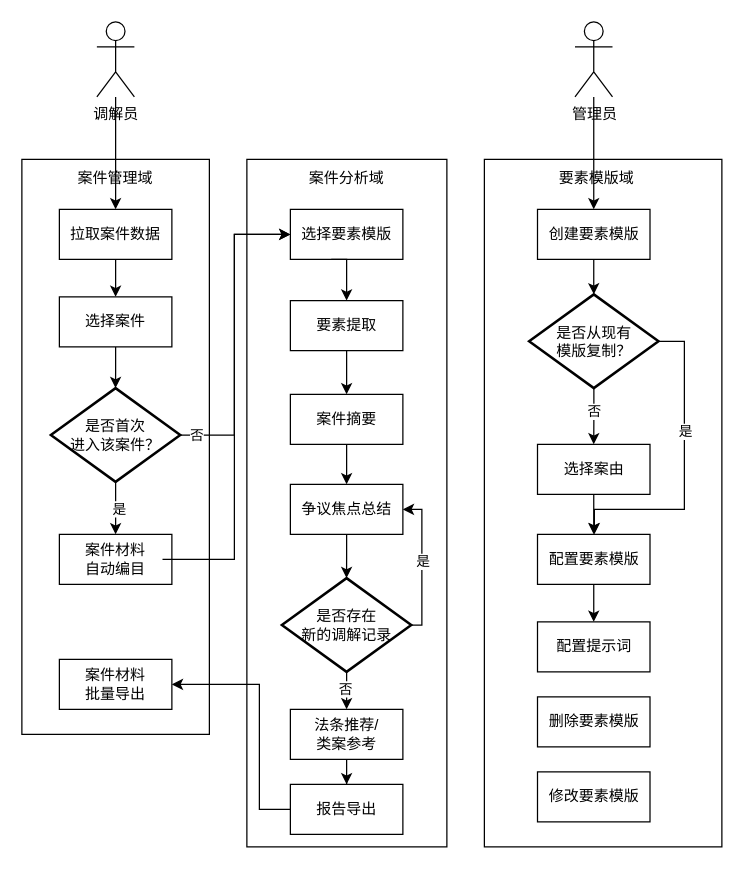
Before: 系统过程视图.drawio in Lainy0605/graduate, a draw.io diagram. Source tidied: cells renumbered, new cells numbered last; positions are measured from the earlier drawing's top-left corner, leaving out a move shared by most shapes. Both pictures are drawn from the tidied source at 125%, with x=0, y=0 at pixel (21, 21).
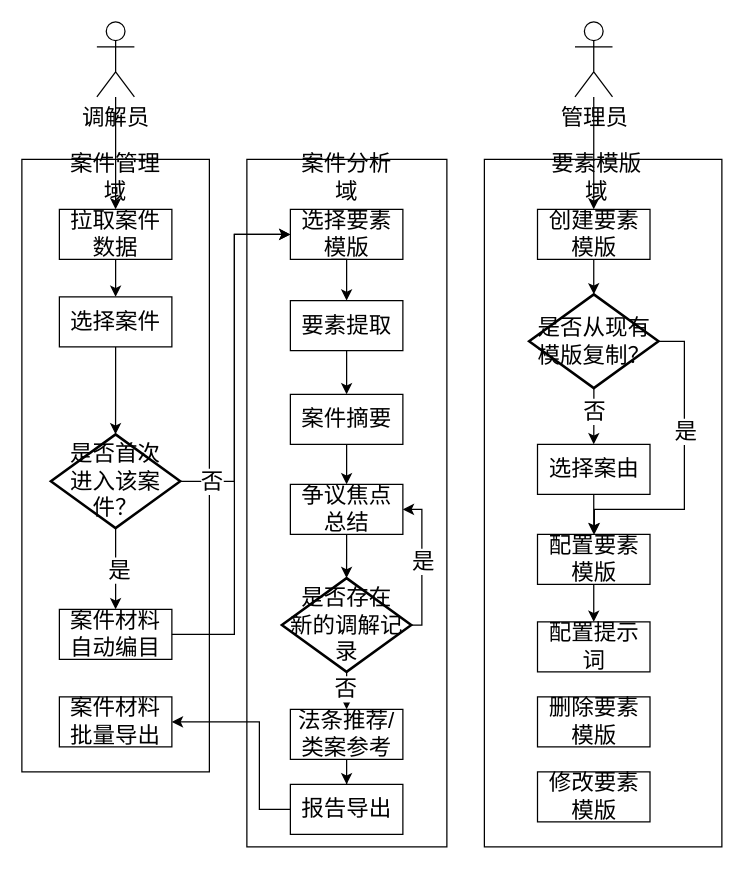
Above is the later version.

Commit message:
更新系统过程视图.drawio

Change to the diagram source:
```diff
@@
-    <mxCell id="2" value="调解员" style="shape=umlActor;verticalLabelPosition=bottom;verticalAlign=top;html=1;outlineConnect=0;" parent="1" vertex="1">
+    <mxCell id="2" value="&lt;font style=&quot;font-size: 18px;&quot;&gt;调解员&lt;/font&gt;" style="shape=umlActor;verticalLabelPosition=bottom;verticalAlign=top;html=1;outlineConnect=0;" parent="1" vertex="1">
       <mxGeometry x="60" width="30" height="60" as="geometry" />
     </mxCell>
-    <mxCell id="3" value="管理员" style="shape=umlActor;verticalLabelPosition=bottom;verticalAlign=top;html=1;outlineConnect=0;" parent="1" vertex="1">
+    <mxCell id="3" value="&lt;font style=&quot;font-size: 18px;&quot;&gt;管理员&lt;/font&gt;" style="shape=umlActor;verticalLabelPosition=bottom;verticalAlign=top;html=1;outlineConnect=0;" parent="1" vertex="1">
       <mxGeometry x="442.5" width="30" height="60" as="geometry" />
     </mxCell>
-    <mxCell id="4" style="rounded=0;whiteSpace=wrap;html=1;" parent="1" vertex="1">
-      <mxGeometry y="110" width="150" height="460" as="geometry" />
+    <mxCell id="4" style="rounded=0;whiteSpace=wrap;html=1;fontSize=18;" parent="1" vertex="1">
+      <mxGeometry y="110" width="150" height="490" as="geometry" />
     </mxCell>
-    <mxCell id="5" style="edgeStyle=orthogonalEdgeStyle;rounded=0;jettySize=auto;html=1;" parent="1" edge="1" source="6" target="7">
+    <mxCell id="5" style="edgeStyle=orthogonalEdgeStyle;rounded=0;jettySize=auto;html=1;fontSize=18;" parent="1" edge="1" source="6" target="7">
       <mxGeometry relative="1" as="geometry" />
     </mxCell>
-    <mxCell id="6" value="拉取案件数据" style="rounded=0;whiteSpace=wrap;html=1;" parent="1" vertex="1">
+    <mxCell id="6" value="拉取案件数据" style="rounded=0;whiteSpace=wrap;html=1;fontSize=18;" parent="1" vertex="1">
       <mxGeometry x="30" y="150" width="90" height="40" as="geometry" />
     </mxCell>
-    <mxCell id="7" value="选择案件" style="rounded=0;whiteSpace=wrap;html=1;" parent="1" vertex="1">
+    <mxCell id="7" value="选择案件" style="rounded=0;whiteSpace=wrap;html=1;fontSize=18;" parent="1" vertex="1">
       <mxGeometry x="30" y="220" width="90" height="40" as="geometry" />
     </mxCell>
-    <mxCell id="8" value="案件材料&lt;div&gt;自动编目&lt;/div&gt;" style="rounded=0;whiteSpace=wrap;html=1;" parent="1" vertex="1">
-      <mxGeometry x="30" y="410" width="90" height="40" as="geometry" />
+    <mxCell id="8" value="案件材料&lt;div&gt;自动编目&lt;/div&gt;" style="rounded=0;whiteSpace=wrap;html=1;fontSize=18;" parent="1" vertex="1">
+      <mxGeometry x="30" y="470" width="90" height="40" as="geometry" />
     </mxCell>
-    <mxCell id="9" style="edgeStyle=orthogonalEdgeStyle;rounded=0;jettySize=auto;html=1;entryX=0.5;entryY=0;entryDx=0;entryDy=0;" parent="1" edge="1" source="11" target="8">
+    <mxCell id="9" style="edgeStyle=orthogonalEdgeStyle;rounded=0;jettySize=auto;html=1;entryX=0.5;entryY=0;entryDx=0;entryDy=0;fontSize=18;" parent="1" edge="1" source="11" target="8">
       <mxGeometry relative="1" as="geometry" />
     </mxCell>
-    <mxCell id="10" value="是" style="edgeLabel;html=1;align=center;verticalAlign=middle;" parent="9" vertex="1">
+    <mxCell id="10" value="是" style="edgeLabel;html=1;align=center;verticalAlign=middle;fontSize=18;" parent="9" vertex="1">
       <mxGeometry y="-1" relative="1" as="geometry">
         <mxPoint x="3" as="offset" />
       </mxGeometry>
     </mxCell>
-    <mxCell id="11" value="是否首次&lt;div&gt;进入该案件？&lt;/div&gt;" style="strokeWidth=2;html=1;shape=mxgraph.flowchart.decision;whiteSpace=wrap;" parent="1" vertex="1">
-      <mxGeometry x="23.2" y="293" width="103.5" height="75" as="geometry" />
+    <mxCell id="11" value="是否首次&lt;div&gt;进入该案件？&lt;/div&gt;" style="strokeWidth=2;html=1;shape=mxgraph.flowchart.decision;whiteSpace=wrap;fontSize=18;" parent="1" vertex="1">
+      <mxGeometry x="23.2" y="330" width="103.5" height="75" as="geometry" />
     </mxCell>
-    <mxCell id="12" style="edgeStyle=orthogonalEdgeStyle;rounded=0;jettySize=auto;html=1;entryX=0.5;entryY=0;entryDx=0;entryDy=0;entryPerimeter=0;" parent="1" edge="1" source="7" target="11">
+    <mxCell id="12" style="edgeStyle=orthogonalEdgeStyle;rounded=0;jettySize=auto;html=1;entryX=0.5;entryY=0;entryDx=0;entryDy=0;entryPerimeter=0;fontSize=18;" parent="1" edge="1" source="7" target="11">
       <mxGeometry relative="1" as="geometry" />
     </mxCell>
-    <mxCell id="13" style="rounded=0;whiteSpace=wrap;html=1;" parent="1" vertex="1">
+    <mxCell id="13" style="rounded=0;whiteSpace=wrap;html=1;fontSize=18;" parent="1" vertex="1">
       <mxGeometry x="180" y="110" width="160" height="550" as="geometry" />
     </mxCell>
-    <mxCell id="14" value="选择要素模版" style="rounded=0;whiteSpace=wrap;html=1;" parent="1" vertex="1">
+    <mxCell id="14" value="选择要素模版" style="rounded=0;whiteSpace=wrap;html=1;fontSize=18;" parent="1" vertex="1">
       <mxGeometry x="214.8" y="150" width="90" height="40" as="geometry" />
     </mxCell>
-    <mxCell id="15" style="edgeStyle=orthogonalEdgeStyle;rounded=0;jettySize=auto;html=1;entryX=0.5;entryY=0;entryDx=0;entryDy=0;" parent="1" edge="1" target="20">
+    <mxCell id="15" style="edgeStyle=orthogonalEdgeStyle;rounded=0;jettySize=auto;html=1;entryX=0.5;entryY=0;entryDx=0;entryDy=0;fontSize=18;" parent="1" edge="1" target="20">
       <mxGeometry relative="1" as="geometry">
         <mxPoint x="247.5" y="190" as="sourcePoint" />
       </mxGeometry>
     </mxCell>
-    <mxCell id="16" value="案件材料&lt;div&gt;批量导出&lt;/div&gt;" style="rounded=0;whiteSpace=wrap;html=1;" parent="1" vertex="1">
-      <mxGeometry x="30" y="510" width="90" height="40" as="geometry" />
+    <mxCell id="16" value="案件材料&lt;div&gt;批量导出&lt;/div&gt;" style="rounded=0;whiteSpace=wrap;html=1;fontSize=18;" parent="1" vertex="1">
+      <mxGeometry x="30" y="540" width="90" height="40" as="geometry" />
     </mxCell>
-    <mxCell id="17" style="edgeStyle=orthogonalEdgeStyle;rounded=0;jettySize=auto;html=1;entryX=1;entryY=0.5;entryDx=0;entryDy=0;" parent="1" edge="1" source="18" target="16">
+    <mxCell id="17" style="edgeStyle=orthogonalEdgeStyle;rounded=0;jettySize=auto;html=1;entryX=1;entryY=0.5;entryDx=0;entryDy=0;fontSize=18;" parent="1" edge="1" source="18" target="16">
       <mxGeometry relative="1" as="geometry">
         <Array as="points">
           <mxPoint x="190" y="630" />
-          <mxPoint x="190" y="530" />
+          <mxPoint x="190" y="560" />
         </Array>
       </mxGeometry>
     </mxCell>
-    <mxCell id="18" value="报告导出" style="rounded=0;whiteSpace=wrap;html=1;" parent="1" vertex="1">
+    <mxCell id="18" value="报告导出" style="rounded=0;whiteSpace=wrap;html=1;fontSize=18;" parent="1" vertex="1">
       <mxGeometry x="214.8" y="610" width="90" height="40" as="geometry" />
     </mxCell>
-    <mxCell id="19" style="edgeStyle=orthogonalEdgeStyle;rounded=0;jettySize=auto;html=1;entryX=0.5;entryY=0;entryDx=0;entryDy=0;" parent="1" edge="1" source="20" target="25">
+    <mxCell id="19" style="edgeStyle=orthogonalEdgeStyle;rounded=0;jettySize=auto;html=1;entryX=0.5;entryY=0;entryDx=0;entryDy=0;fontSize=18;" parent="1" edge="1" source="20" target="25">
       <mxGeometry relative="1" as="geometry" />
     </mxCell>
-    <mxCell id="20" value="要素提取" style="rounded=0;whiteSpace=wrap;html=1;" parent="1" vertex="1">
+    <mxCell id="20" value="要素提取" style="rounded=0;whiteSpace=wrap;html=1;fontSize=18;" parent="1" vertex="1">
       <mxGeometry x="214.8" y="223" width="90" height="40" as="geometry" />
     </mxCell>
-    <mxCell id="21" style="edgeStyle=orthogonalEdgeStyle;rounded=0;jettySize=auto;html=1;entryX=0;entryY=0.5;entryDx=0;entryDy=0;" parent="1" edge="1" source="11" target="14">
+    <mxCell id="21" style="edgeStyle=orthogonalEdgeStyle;rounded=0;jettySize=auto;html=1;entryX=0;entryY=0.5;entryDx=0;entryDy=0;fontSize=18;exitX=1;exitY=0.5;exitDx=0;exitDy=0;exitPerimeter=0;" parent="1" edge="1" source="11" target="14">
       <mxGeometry relative="1" as="geometry">
         <Array as="points">
-          <mxPoint x="170" y="331" />
+          <mxPoint x="170" y="367" />
           <mxPoint x="170" y="170" />
         </Array>
       </mxGeometry>
     </mxCell>
-    <mxCell id="22" value="否" style="edgeLabel;html=1;align=center;verticalAlign=middle;" parent="21" vertex="1">
+    <mxCell id="22" value="否" style="edgeLabel;html=1;align=center;verticalAlign=middle;fontSize=18;" parent="21" vertex="1">
       <mxGeometry x="-0.84" y="-1" relative="1" as="geometry">
-        <mxPoint x="-7" y="-1" as="offset" />
+        <mxPoint x="2" y="-1" as="offset" />
       </mxGeometry>
     </mxCell>
-    <mxCell id="23" style="edgeStyle=orthogonalEdgeStyle;rounded=0;orthogonalLoop=1;jettySize=auto;html=1;" parent="1" edge="1">
+    <mxCell id="23" style="edgeStyle=orthogonalEdgeStyle;rounded=0;orthogonalLoop=1;jettySize=auto;html=1;fontSize=18;" parent="1" edge="1">
       <mxGeometry relative="1" as="geometry">
-        <mxPoint x="112.5" y="430" as="sourcePoint" />
+        <mxPoint x="120" y="490" as="sourcePoint" />
         <mxPoint x="214.8" y="170" as="targetPoint" />
         <Array as="points">
-          <mxPoint x="170" y="430" />
+          <mxPoint x="170" y="490" />
           <mxPoint x="170" y="170" />
         </Array>
       </mxGeometry>
     </mxCell>
-    <mxCell id="24" style="edgeStyle=orthogonalEdgeStyle;rounded=0;jettySize=auto;html=1;" parent="1" edge="1" source="25" target="28">
+    <mxCell id="24" style="edgeStyle=orthogonalEdgeStyle;rounded=0;jettySize=auto;html=1;fontSize=18;" parent="1" edge="1" source="25" target="28">
       <mxGeometry relative="1" as="geometry" />
     </mxCell>
-    <mxCell id="25" value="案件摘要" style="rounded=0;whiteSpace=wrap;html=1;" parent="1" vertex="1">
+    <mxCell id="25" value="案件摘要" style="rounded=0;whiteSpace=wrap;html=1;fontSize=18;" parent="1" vertex="1">
       <mxGeometry x="214.8" y="298" width="90" height="40" as="geometry" />
     </mxCell>
-    <mxCell id="26" style="edgeStyle=orthogonalEdgeStyle;rounded=0;jettySize=auto;html=1;entryX=0.5;entryY=0;entryDx=0;entryDy=0;" parent="1" edge="1" source="53" target="30">
+    <mxCell id="26" style="edgeStyle=orthogonalEdgeStyle;rounded=0;jettySize=auto;html=1;entryX=0.5;entryY=0;entryDx=0;entryDy=0;fontSize=18;" parent="1" edge="1" source="53" target="30">
       <mxGeometry relative="1" as="geometry" />
     </mxCell>
-    <mxCell id="27" value="否" style="edgeLabel;html=1;align=center;verticalAlign=middle;" parent="26" vertex="1">
+    <mxCell id="27" value="否" style="edgeLabel;html=1;align=center;verticalAlign=middle;fontSize=18;" parent="26" vertex="1">
       <mxGeometry x="-0.34" y="-1" relative="1" as="geometry">
         <mxPoint y="3" as="offset" />
       </mxGeometry>
     </mxCell>
-    <mxCell id="28" value="争议焦点总结" style="rounded=0;whiteSpace=wrap;html=1;" parent="1" vertex="1">
+    <mxCell id="28" value="争议焦点总结" style="rounded=0;whiteSpace=wrap;html=1;fontSize=18;" parent="1" vertex="1">
       <mxGeometry x="214.8" y="370" width="90" height="40" as="geometry" />
     </mxCell>
-    <mxCell id="29" style="edgeStyle=orthogonalEdgeStyle;rounded=0;jettySize=auto;html=1;entryX=0.5;entryY=0;entryDx=0;entryDy=0;" parent="1" edge="1" source="30" target="18">
+    <mxCell id="29" style="edgeStyle=orthogonalEdgeStyle;rounded=0;jettySize=auto;html=1;entryX=0.5;entryY=0;entryDx=0;entryDy=0;fontSize=18;" parent="1" edge="1" source="30" target="18">
       <mxGeometry relative="1" as="geometry" />
     </mxCell>
-    <mxCell id="30" value="法条推荐/&lt;div&gt;类案参考&lt;/div&gt;" style="rounded=0;whiteSpace=wrap;html=1;" parent="1" vertex="1">
+    <mxCell id="30" value="法条推荐/&lt;div&gt;类案参考&lt;/div&gt;" style="rounded=0;whiteSpace=wrap;html=1;fontSize=18;" parent="1" vertex="1">
       <mxGeometry x="214.8" y="550" width="90" height="40" as="geometry" />
     </mxCell>
-    <mxCell id="31" style="rounded=0;whiteSpace=wrap;html=1;" parent="1" vertex="1">
+    <mxCell id="31" style="rounded=0;whiteSpace=wrap;html=1;fontSize=18;" parent="1" vertex="1">
       <mxGeometry x="370" y="110" width="190" height="550" as="geometry" />
     </mxCell>
-    <mxCell id="32" style="edgeStyle=orthogonalEdgeStyle;rounded=0;jettySize=auto;html=1;entryX=0.5;entryY=0;entryDx=0;entryDy=0;" parent="1" edge="1" source="33" target="37">
+    <mxCell id="32" style="edgeStyle=orthogonalEdgeStyle;rounded=0;jettySize=auto;html=1;entryX=0.5;entryY=0;entryDx=0;entryDy=0;fontSize=18;" parent="1" edge="1" source="33" target="37">
       <mxGeometry relative="1" as="geometry" />
     </mxCell>
-    <mxCell id="33" value="选择案由" style="rounded=0;whiteSpace=wrap;html=1;" parent="1" vertex="1">
+    <mxCell id="33" value="选择案由" style="rounded=0;whiteSpace=wrap;html=1;fontSize=18;" parent="1" vertex="1">
       <mxGeometry x="412.5" y="338" width="90" height="40" as="geometry" />
     </mxCell>
-    <mxCell id="34" style="edgeStyle=orthogonalEdgeStyle;rounded=0;jettySize=auto;html=1;" parent="1" edge="1" source="35" target="49">
+    <mxCell id="34" style="edgeStyle=orthogonalEdgeStyle;rounded=0;jettySize=auto;html=1;fontSize=18;" parent="1" edge="1" source="35" target="49">
       <mxGeometry relative="1" as="geometry" />
     </mxCell>
-    <mxCell id="35" value="创建要素模版" style="rounded=0;whiteSpace=wrap;html=1;" parent="1" vertex="1">
+    <mxCell id="35" value="创建要素模版" style="rounded=0;whiteSpace=wrap;html=1;fontSize=18;" parent="1" vertex="1">
       <mxGeometry x="412.5" y="150" width="90" height="40" as="geometry" />
     </mxCell>
-    <mxCell id="36" style="edgeStyle=orthogonalEdgeStyle;rounded=0;jettySize=auto;html=1;" parent="1" edge="1" source="37" target="40">
+    <mxCell id="36" style="edgeStyle=orthogonalEdgeStyle;rounded=0;jettySize=auto;html=1;fontSize=18;" parent="1" edge="1" source="37" target="40">
       <mxGeometry relative="1" as="geometry" />
     </mxCell>
-    <mxCell id="37" value="配置要素模版" style="rounded=0;whiteSpace=wrap;html=1;" parent="1" vertex="1">
+    <mxCell id="37" value="配置要素模版" style="rounded=0;whiteSpace=wrap;html=1;fontSize=18;" parent="1" vertex="1">
       <mxGeometry x="412.5" y="410" width="90" height="40" as="geometry" />
     </mxCell>
-    <mxCell id="38" value="删除要素模版" style="rounded=0;whiteSpace=wrap;html=1;" parent="1" vertex="1">
+    <mxCell id="38" value="删除要素模版" style="rounded=0;whiteSpace=wrap;html=1;fontSize=18;" parent="1" vertex="1">
       <mxGeometry x="412.5" y="540" width="90" height="40" as="geometry" />
     </mxCell>
-    <mxCell id="39" value="修改要素模版" style="rounded=0;whiteSpace=wrap;html=1;" parent="1" vertex="1">
+    <mxCell id="39" value="修改要素模版" style="rounded=0;whiteSpace=wrap;html=1;fontSize=18;" parent="1" vertex="1">
       <mxGeometry x="412.5" y="600" width="90" height="40" as="geometry" />
     </mxCell>
-    <mxCell id="40" value="配置提示词" style="rounded=0;whiteSpace=wrap;html=1;" parent="1" vertex="1">
+    <mxCell id="40" value="配置提示词" style="rounded=0;whiteSpace=wrap;html=1;fontSize=18;" parent="1" vertex="1">
       <mxGeometry x="412.5" y="480" width="90" height="40" as="geometry" />
     </mxCell>
-    <mxCell id="41" style="edgeStyle=orthogonalEdgeStyle;rounded=0;jettySize=auto;html=1;entryX=0.5;entryY=0;entryDx=0;entryDy=0;" parent="1" edge="1" source="2" target="6">
+    <mxCell id="41" style="edgeStyle=orthogonalEdgeStyle;rounded=0;jettySize=auto;html=1;entryX=0.5;entryY=0;entryDx=0;entryDy=0;fontSize=18;" parent="1" edge="1" source="2" target="6">
       <mxGeometry relative="1" as="geometry" />
     </mxCell>
-    <mxCell id="42" value="案件管理域" style="text;html=1;whiteSpace=wrap;strokeColor=none;fillColor=none;align=center;verticalAlign=middle;rounded=0;" parent="1" vertex="1">
+    <mxCell id="42" value="案件管理域" style="text;html=1;whiteSpace=wrap;strokeColor=none;fillColor=none;align=center;verticalAlign=middle;rounded=0;fontSize=18;" parent="1" vertex="1">
       <mxGeometry x="35" y="110" width="80" height="30" as="geometry" />
     </mxCell>
-    <mxCell id="43" value="案件分析域" style="text;html=1;whiteSpace=wrap;strokeColor=none;fillColor=none;align=center;verticalAlign=middle;rounded=0;" parent="1" vertex="1">
+    <mxCell id="43" value="案件分析域" style="text;html=1;whiteSpace=wrap;strokeColor=none;fillColor=none;align=center;verticalAlign=middle;rounded=0;fontSize=18;" parent="1" vertex="1">
       <mxGeometry x="220" y="110" width="80" height="30" as="geometry" />
     </mxCell>
-    <mxCell id="44" value="要素模版域" style="text;html=1;whiteSpace=wrap;strokeColor=none;fillColor=none;align=center;verticalAlign=middle;rounded=0;" parent="1" vertex="1">
+    <mxCell id="44" value="要素模版域" style="text;html=1;whiteSpace=wrap;strokeColor=none;fillColor=none;align=center;verticalAlign=middle;rounded=0;fontSize=18;" parent="1" vertex="1">
       <mxGeometry x="420" y="110" width="80" height="30" as="geometry" />
     </mxCell>
-    <mxCell id="45" style="edgeStyle=orthogonalEdgeStyle;rounded=0;jettySize=auto;html=1;entryX=0.5;entryY=0;entryDx=0;entryDy=0;" parent="1" edge="1" source="49" target="33">
+    <mxCell id="45" style="edgeStyle=orthogonalEdgeStyle;rounded=0;jettySize=auto;html=1;entryX=0.5;entryY=0;entryDx=0;entryDy=0;fontSize=18;" parent="1" edge="1" source="49" target="33">
       <mxGeometry relative="1" as="geometry" />
     </mxCell>
-    <mxCell id="46" value="否" style="edgeLabel;html=1;align=center;verticalAlign=middle;" parent="45" vertex="1">
+    <mxCell id="46" value="否" style="edgeLabel;html=1;align=center;verticalAlign=middle;fontSize=18;" parent="45" vertex="1">
       <mxGeometry x="-0.2" relative="1" as="geometry" />
     </mxCell>
-    <mxCell id="47" style="edgeStyle=orthogonalEdgeStyle;rounded=0;jettySize=auto;html=1;" parent="1" edge="1" source="49" target="37">
+    <mxCell id="47" style="edgeStyle=orthogonalEdgeStyle;rounded=0;jettySize=auto;html=1;fontSize=18;" parent="1" edge="1" source="49" target="37">
       <mxGeometry relative="1" as="geometry">
         <Array as="points">
           <mxPoint x="530" y="256" />
           <mxPoint x="530" y="390" />
           <mxPoint x="458" y="390" />
         </Array>
       </mxGeometry>
     </mxCell>
-    <mxCell id="48" value="是" style="edgeLabel;html=1;align=center;verticalAlign=middle;" parent="47" vertex="1">
+    <mxCell id="48" value="是" style="edgeLabel;html=1;align=center;verticalAlign=middle;fontSize=18;" parent="47" vertex="1">
       <mxGeometry x="-0.25" relative="1" as="geometry" />
     </mxCell>
-    <mxCell id="49" value="是否从现有&lt;div&gt;模版复制&lt;span style=&quot;background-color: transparent; color: light-dark(rgb(0, 0, 0), rgb(255, 255, 255));&quot;&gt;？&lt;/span&gt;&lt;/div&gt;" style="strokeWidth=2;html=1;shape=mxgraph.flowchart.decision;whiteSpace=wrap;" parent="1" vertex="1">
+    <mxCell id="49" value="是否从现有&lt;div&gt;模版复制&lt;span style=&quot;background-color: transparent; color: light-dark(rgb(0, 0, 0), rgb(255, 255, 255));&quot;&gt;？&lt;/span&gt;&lt;/div&gt;" style="strokeWidth=2;html=1;shape=mxgraph.flowchart.decision;whiteSpace=wrap;fontSize=18;" parent="1" vertex="1">
       <mxGeometry x="405.8" y="218" width="103.5" height="75" as="geometry" />
     </mxCell>
-    <mxCell id="50" style="edgeStyle=orthogonalEdgeStyle;rounded=0;jettySize=auto;html=1;entryX=0.5;entryY=0;entryDx=0;entryDy=0;" parent="1" edge="1" source="28" target="53">
+    <mxCell id="50" style="edgeStyle=orthogonalEdgeStyle;rounded=0;jettySize=auto;html=1;entryX=0.5;entryY=0;entryDx=0;entryDy=0;fontSize=18;" parent="1" edge="1" source="28" target="53">
       <mxGeometry relative="1" as="geometry" />
     </mxCell>
-    <mxCell id="51" style="edgeStyle=orthogonalEdgeStyle;rounded=0;jettySize=auto;html=1;entryX=1;entryY=0.5;entryDx=0;entryDy=0;" parent="1" edge="1" source="53" target="28">
+    <mxCell id="51" style="edgeStyle=orthogonalEdgeStyle;rounded=0;jettySize=auto;html=1;entryX=1;entryY=0.5;entryDx=0;entryDy=0;fontSize=18;" parent="1" edge="1" source="53" target="28">
       <mxGeometry relative="1" as="geometry">
         <Array as="points">
           <mxPoint x="320" y="483" />
           <mxPoint x="320" y="390" />
         </Array>
       </mxGeometry>
     </mxCell>
-    <mxCell id="52" value="是" style="edgeLabel;html=1;align=center;verticalAlign=middle;" parent="51" vertex="1">
+    <mxCell id="52" value="是" style="edgeLabel;html=1;align=center;verticalAlign=middle;fontSize=18;" parent="51" vertex="1">
       <mxGeometry x="0.04" relative="1" as="geometry" />
     </mxCell>
-    <mxCell id="53" value="是否存在&lt;div&gt;新的调解记录&lt;/div&gt;" style="strokeWidth=2;html=1;shape=mxgraph.flowchart.decision;whiteSpace=wrap;" parent="1" vertex="1">
+    <mxCell id="53" value="是否存在&lt;div&gt;新的调解记录&lt;/div&gt;" style="strokeWidth=2;html=1;shape=mxgraph.flowchart.decision;whiteSpace=wrap;fontSize=18;" parent="1" vertex="1">
       <mxGeometry x="208" y="445" width="103.5" height="75" as="geometry" />
     </mxCell>
-    <mxCell id="54" style="edgeStyle=orthogonalEdgeStyle;rounded=0;jettySize=auto;html=1;entryX=0.5;entryY=0;entryDx=0;entryDy=0;" parent="1" edge="1" source="3" target="35">
+    <mxCell id="54" style="edgeStyle=orthogonalEdgeStyle;rounded=0;jettySize=auto;html=1;entryX=0.5;entryY=0;entryDx=0;entryDy=0;fontSize=18;" parent="1" edge="1" source="3" target="35">
       <mxGeometry relative="1" as="geometry" />
     </mxCell>
```
